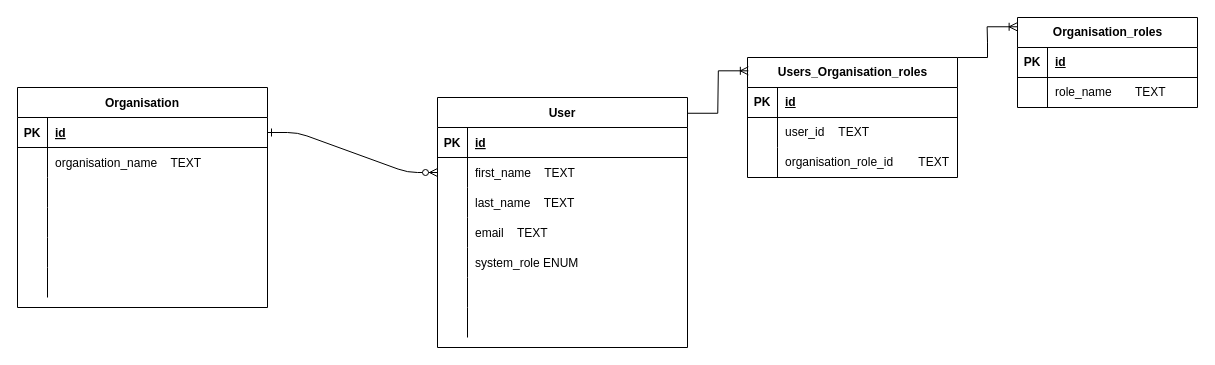
Above: Database diagram.drawio in TobiasRoland123/work (draw.io), before the change. Source tidied: cells renumbered, new cells numbered last; positions are measured from the earlier drawing's top-left corner, leaving out a move shared by most shapes. Both pictures are drawn from the tidied source at 100%, with x=0, y=0 at pixel (17, 17).
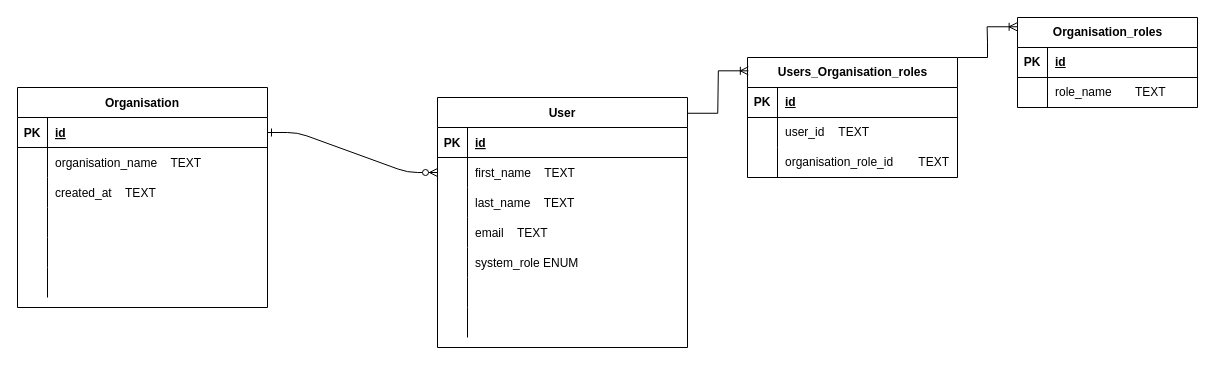
The same diagram, later.

The change refers to these unchanged cells:
```xml
<mxCell id="32" style="shape=partialRectangle;fillColor=none;top=0;left=0;right=0;bottom=0;labelBackgroundColor=none;" parent="25" vertex="1">
  <mxGeometry y="90" width="250" height="30" as="geometry" />
</mxCell>
```

The edit, as a diff of the source:
```diff
@@
-    <mxCell id="34" style="shape=partialRectangle;overflow=hidden;fillColor=none;top=0;left=0;bottom=0;right=0;align=left;spacingLeft=6;labelBackgroundColor=none;" parent="32" vertex="1">
+    <mxCell id="34" value="created_at    TEXT" style="shape=partialRectangle;overflow=hidden;fillColor=none;top=0;left=0;bottom=0;right=0;align=left;spacingLeft=6;labelBackgroundColor=none;" parent="32" vertex="1">
       <mxGeometry x="30" width="220" height="30" as="geometry" />
     </mxCell>
```
